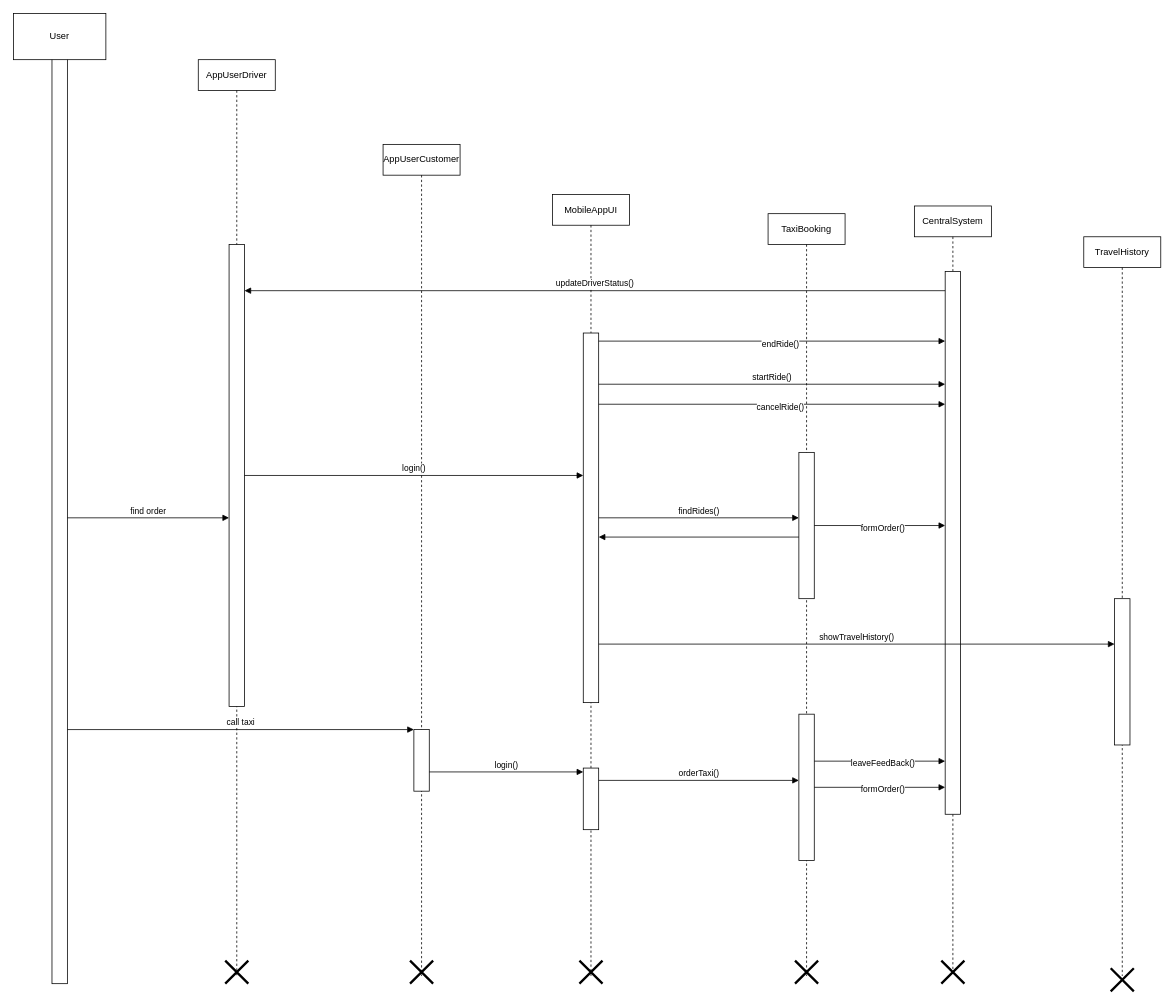
hard-gainer/UML keeps this draw.io diagram as ActionDia.drawio. Above is the earlier version. Source tidied: cells renumbered, new cells numbered last; positions are measured from the earlier drawing's top-left corner, leaving out a move shared by most shapes. Both pictures are drawn from the tidied source at 77%, with x=0, y=0 at pixel (13, 13).
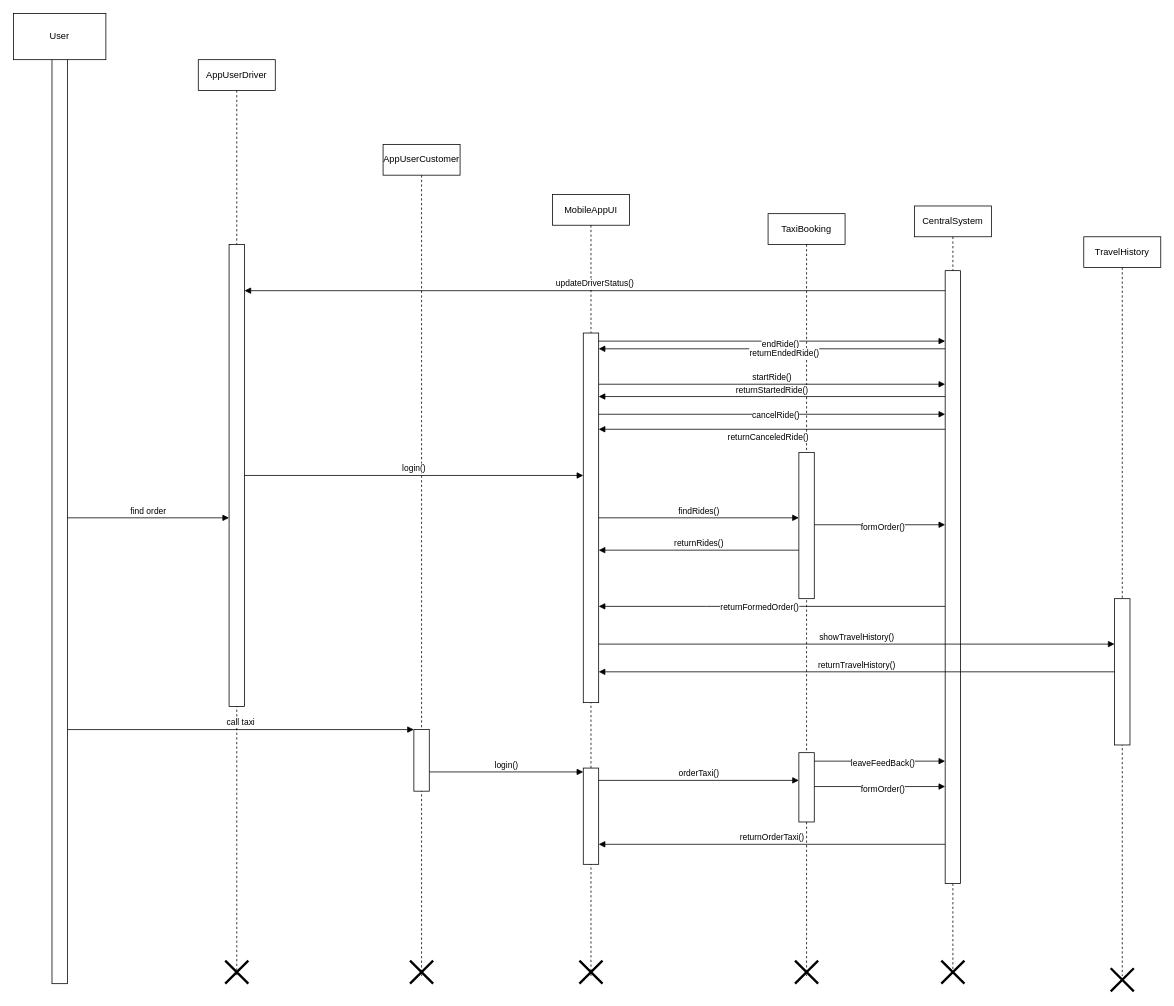
The same diagram, later.

The change refers to these unchanged cells:
```xml
<mxCell id="4" value="MobileAppUI" style="shape=umlLifeline;perimeter=lifelinePerimeter;whiteSpace=wrap;html=1;newEdgeStyle={&quot;edgeStyle&quot;:&quot;elbowEdgeStyle&quot;,&quot;elbow&quot;:&quot;vertical&quot;,&quot;curved&quot;:0,&quot;rounded&quot;:0};" parent="1" vertex="1">
  <mxGeometry x="700" y="235" width="100" height="1015" as="geometry" />
</mxCell>
<mxCell id="5" style="html=1;points=[[0,0,0,0,5],[0,1,0,0,-5],[1,0,0,0,5],[1,1,0,0,-5]];perimeter=orthogonalPerimeter;outlineConnect=0;targetShapes=umlLifeline;portConstraint=eastwest;newEdgeStyle={&quot;curved&quot;:0,&quot;rounded&quot;:0};" parent="4" vertex="1">
  <mxGeometry x="40" y="180" width="20" height="480" as="geometry" />
</mxCell>
<mxCell id="18" value="CentralSystem" style="shape=umlLifeline;perimeter=lifelinePerimeter;whiteSpace=wrap;html=1;newEdgeStyle={&quot;edgeStyle&quot;:&quot;elbowEdgeStyle&quot;,&quot;elbow&quot;:&quot;vertical&quot;,&quot;curved&quot;:0,&quot;rounded&quot;:0};" parent="1" vertex="1">
  <mxGeometry x="1170" y="250" width="100" height="1000" as="geometry" />
</mxCell>
<mxCell id="24" value="TaxiBooking" style="shape=umlLifeline;perimeter=lifelinePerimeter;whiteSpace=wrap;html=1;newEdgeStyle={&quot;edgeStyle&quot;:&quot;elbowEdgeStyle&quot;,&quot;elbow&quot;:&quot;vertical&quot;,&quot;curved&quot;:0,&quot;rounded&quot;:0};" parent="1" vertex="1">
  <mxGeometry x="980" y="260" width="100" height="990" as="geometry" />
</mxCell>
<mxCell id="27" style="html=1;points=[[0,0,0,0,5],[0,1,0,0,-5],[1,0,0,0,5],[1,1,0,0,-5]];perimeter=orthogonalPerimeter;outlineConnect=0;targetShapes=umlLifeline;portConstraint=eastwest;newEdgeStyle={&quot;curved&quot;:0,&quot;rounded&quot;:0};" parent="24" vertex="1">
  <mxGeometry x="40" y="310" width="20" height="190" as="geometry" />
</mxCell>
<mxCell id="32" style="html=1;points=[[0,0,0,0,5],[0,1,0,0,-5],[1,0,0,0,5],[1,1,0,0,-5]];perimeter=orthogonalPerimeter;outlineConnect=0;targetShapes=umlLifeline;portConstraint=eastwest;newEdgeStyle={&quot;curved&quot;:0,&quot;rounded&quot;:0};" parent="31" vertex="1">
  <mxGeometry x="40" y="470" width="20" height="190" as="geometry" />
</mxCell>
```

What changed in the source:
```diff
@@
     <mxCell id="7" style="html=1;points=[[0,0,0,0,5],[0,1,0,0,-5],[1,0,0,0,5],[1,1,0,0,-5]];perimeter=orthogonalPerimeter;outlineConnect=0;targetShapes=umlLifeline;portConstraint=eastwest;newEdgeStyle={&quot;curved&quot;:0,&quot;rounded&quot;:0};" parent="4" vertex="1">
-      <mxGeometry x="40" y="745" width="20" height="80" as="geometry" />
+      <mxGeometry x="40" y="745" width="20" height="125" as="geometry" />
     </mxCell>
@@
     <mxCell id="19" style="html=1;points=[[0,0,0,0,5],[0,1,0,0,-5],[1,0,0,0,5],[1,1,0,0,-5]];perimeter=orthogonalPerimeter;outlineConnect=0;targetShapes=umlLifeline;portConstraint=eastwest;newEdgeStyle={&quot;curved&quot;:0,&quot;rounded&quot;:0};" parent="18" vertex="1">
-      <mxGeometry x="40" y="85" width="20" height="705" as="geometry" />
+      <mxGeometry x="40" y="84" width="20" height="796" as="geometry" />
     </mxCell>
@@
     <mxCell id="23" value="cancelRide()" style="html=1;verticalAlign=bottom;endArrow=block;curved=0;rounded=0;" parent="1" edge="1">
-      <mxGeometry x="0.05" y="-12" relative="1" as="geometry">
-        <mxPoint x="760" y="507.5" as="sourcePoint" />
-        <mxPoint x="1210" y="507.5" as="targetPoint" />
+      <mxGeometry x="0.02" y="-10" relative="1" as="geometry">
+        <mxPoint x="760" y="520.5" as="sourcePoint" />
+        <mxPoint x="1210" y="520.5" as="targetPoint" />
       </mxGeometry>
     </mxCell>
@@
     <mxCell id="25" style="html=1;points=[[0,0,0,0,5],[0,1,0,0,-5],[1,0,0,0,5],[1,1,0,0,-5]];perimeter=orthogonalPerimeter;outlineConnect=0;targetShapes=umlLifeline;portConstraint=eastwest;newEdgeStyle={&quot;curved&quot;:0,&quot;rounded&quot;:0};" parent="24" vertex="1">
-      <mxGeometry x="40" y="650" width="20" height="190" as="geometry" />
+      <mxGeometry x="40" y="700" width="20" height="90" as="geometry" />
     </mxCell>
@@
-    <mxCell id="28" value="formOrder()" style="html=1;verticalAlign=bottom;endArrow=block;curved=0;rounded=0;" parent="1" edge="1" source="25" target="19">
-      <mxGeometry x="0.05" y="-12" relative="1" as="geometry" />
+    <mxCell id="28" value="formOrder()" style="html=1;verticalAlign=bottom;endArrow=block;curved=0;rounded=0;" parent="1" edge="1" target="19">
+      <mxGeometry x="0.05" y="-12" relative="1" as="geometry">
+        <mxPoint x="1040" y="1004" as="sourcePoint" />
+      </mxGeometry>
     </mxCell>
@@
-    <mxCell id="35" value="formOrder()" style="html=1;verticalAlign=bottom;endArrow=block;curved=0;rounded=0;" parent="1" edge="1" source="27" target="19">
-      <mxGeometry x="0.05" y="-12" relative="1" as="geometry" />
+    <mxCell id="35" value="formOrder()" style="html=1;verticalAlign=bottom;endArrow=block;curved=0;rounded=0;" parent="1" edge="1" target="19">
+      <mxGeometry x="0.05" y="-12" relative="1" as="geometry">
+        <mxPoint x="1040" y="664" as="sourcePoint" />
+      </mxGeometry>
     </mxCell>
@@
-    <mxCell id="38" style="html=1;verticalAlign=bottom;endArrow=block;curved=0;rounded=0;" parent="1" edge="1" source="27" target="5">
-      <mxGeometry relative="1" as="geometry">
-        <Array as="points">
-          <mxPoint x="760" y="680" />
-        </Array>
-      </mxGeometry>
-    </mxCell>
+    <mxCell id="39" value="returnRides()" style="html=1;verticalAlign=bottom;endArrow=block;curved=0;rounded=0;" parent="1" edge="1">
+      <mxGeometry relative="1" as="geometry">
+        <mxPoint x="1020" y="697" as="sourcePoint" />
+        <mxPoint x="760" y="697" as="targetPoint" />
+      </mxGeometry>
+    </mxCell>
+    <mxCell id="40" value="returnCanceledRide()" style="html=1;verticalAlign=bottom;endArrow=block;curved=0;rounded=0;" parent="1" edge="1" source="19" target="5">
+      <mxGeometry x="0.02" y="20" relative="1" as="geometry">
+        <Array as="points">
+          <mxPoint x="910" y="540" />
+        </Array>
+      </mxGeometry>
+    </mxCell>
+    <mxCell id="41" value="returnFormedOrder()" style="html=1;verticalAlign=bottom;endArrow=block;curved=0;rounded=0;" parent="1" edge="1" source="19" target="5">
+      <mxGeometry x="0.07" y="10" relative="1" as="geometry">
+        <Array as="points">
+          <mxPoint x="900" y="770" />
+        </Array>
+      </mxGeometry>
+    </mxCell>
+    <mxCell id="42" value="returnStartedRide()" style="html=1;verticalAlign=bottom;endArrow=block;curved=0;rounded=0;" parent="1" edge="1">
+      <mxGeometry relative="1" as="geometry">
+        <mxPoint x="1210" y="497.5" as="sourcePoint" />
+        <mxPoint x="760" y="497.5" as="targetPoint" />
+      </mxGeometry>
+    </mxCell>
+    <mxCell id="43" value="returnEndedRide()" style="html=1;verticalAlign=bottom;endArrow=block;curved=0;rounded=0;" parent="1" edge="1">
+      <mxGeometry x="-0.07" y="14" relative="1" as="geometry">
+        <mxPoint x="1210" y="435.5" as="sourcePoint" />
+        <mxPoint x="760" y="435.5" as="targetPoint" />
+      </mxGeometry>
+    </mxCell>
+    <mxCell id="44" value="returnTravelHistory()" style="html=1;verticalAlign=bottom;endArrow=block;curved=0;rounded=0;" parent="1" edge="1" source="32" target="5">
+      <mxGeometry relative="1" as="geometry" />
+    </mxCell>
+    <mxCell id="45" value="returnOrderTaxi()" style="html=1;verticalAlign=bottom;endArrow=block;curved=0;rounded=0;" parent="1" edge="1">
+      <mxGeometry relative="1" as="geometry">
+        <mxPoint x="1210" y="1079" as="sourcePoint" />
+        <mxPoint x="760" y="1079" as="targetPoint" />
+      </mxGeometry>
+    </mxCell>
```
